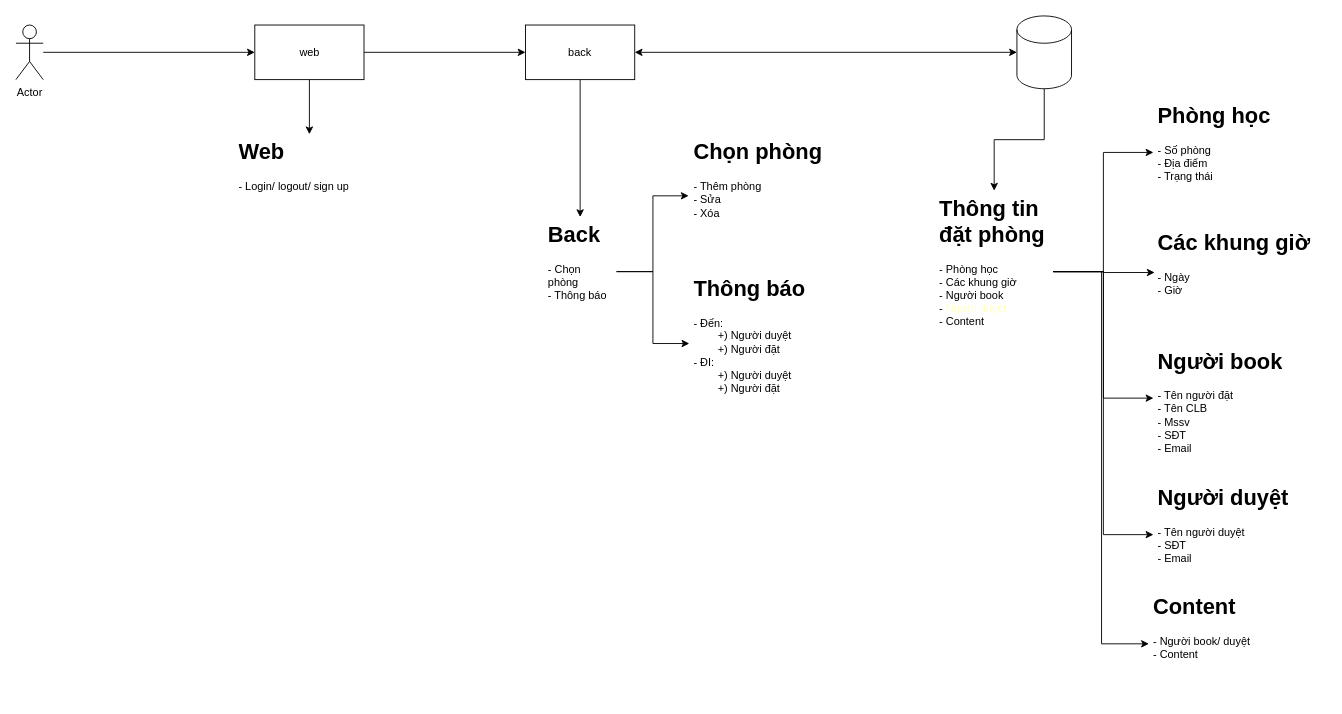
The draw.io diagram Room_booking_istech.drawio in vtphuonng/aws-cloud, before the edit. Source tidied: cells renumbered, new cells numbered last; positions are measured from the earlier drawing's top-left corner, leaving out a move shared by most shapes. Both pictures are drawn from the tidied source at 91%, with x=0, y=0 at pixel (15, 15).
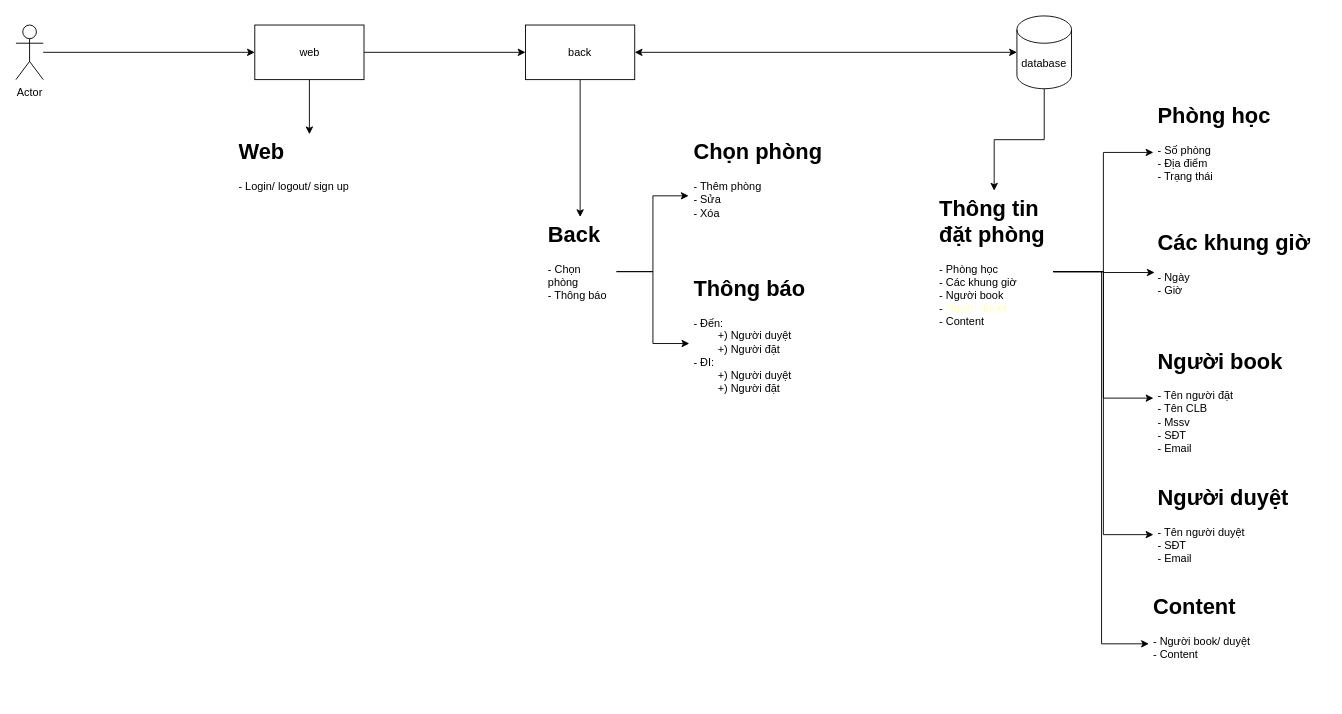
The same diagram, later.

What changed in the source:
```diff
@@
-    <mxCell id="10" style="shape=cylinder3;whiteSpace=wrap;html=1;boundedLbl=1;backgroundOutline=1;size=15;" parent="1" vertex="1">
+    <mxCell id="10" value="database" style="shape=cylinder3;whiteSpace=wrap;html=1;boundedLbl=1;backgroundOutline=1;size=15;" parent="1" vertex="1">
       <mxGeometry x="1100" width="60" height="80" as="geometry" />
     </mxCell>
```
